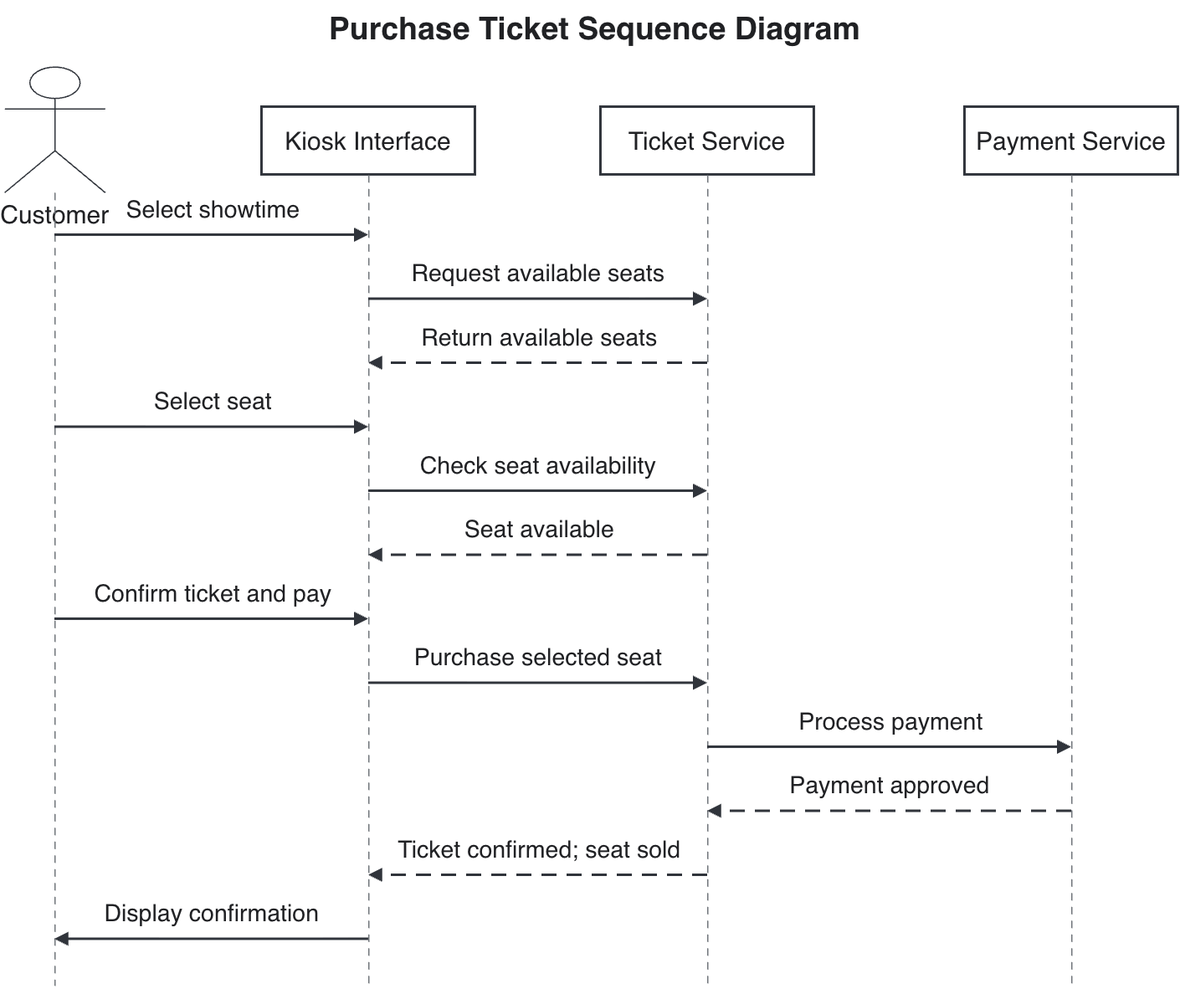
Above: diagrams/Purchase-Ticket-Sequence.png in aastha-khatri/HW1-Movie-Kiosk (draw.io), before the change. Source tidied: cells renumbered, new cells last; positions are measured from the earlier drawing's top-left corner, leaving out a move shared by most shapes.
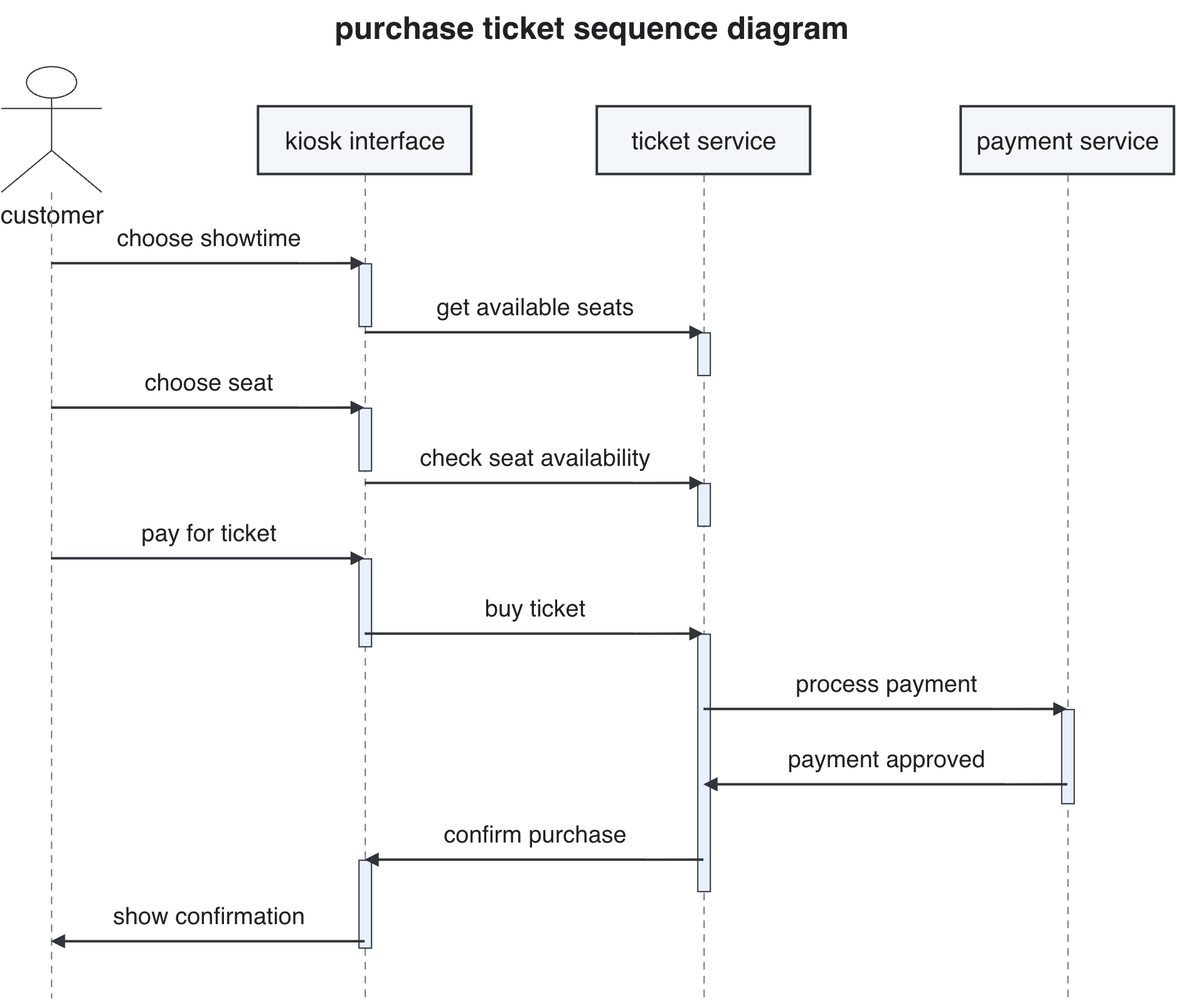
After the change.

Commit message:
Update purchase ticket sequence PNG

The edit, as a diff of the source:
```diff
@@ -2,116 +2,128 @@
   <root>
     <mxCell id="0" />
     <mxCell id="1" parent="0" />
-    <mxCell id="2" value="Purchase Ticket Sequence Diagram" style="text;html=1;align=center;verticalAlign=middle;fontSize=25;fontStyle=1;fontColor=#202124;" parent="1" vertex="1">
+    <mxCell id="2" value="purchase ticket sequence diagram" style="text;html=1;align=center;verticalAlign=middle;fontSize=25;fontStyle=1;fontColor=#202124;" parent="1" vertex="1">
       <mxGeometry x="120" width="700" height="45" as="geometry" />
     </mxCell>
-    <mxCell id="3" value="Customer" style="shape=umlActor;verticalLabelPosition=bottom;verticalAlign=top;html=1;strokeColor=#30343B;fontSize=20;fontColor=#202124;" parent="1" vertex="1">
+    <mxCell id="3" value="customer" style="shape=umlActor;verticalLabelPosition=bottom;verticalAlign=top;html=1;strokeColor=#30343B;fontSize=20;fontColor=#202124;" parent="1" vertex="1">
       <mxGeometry y="53" width="80" height="100" as="geometry" />
     </mxCell>
-    <mxCell id="4" value="Kiosk Interface" style="rounded=0;whiteSpace=wrap;html=1;align=center;verticalAlign=middle;strokeColor=#30343B;strokeWidth=2;fillColor=#FFFFFF;fontSize=20;fontColor=#202124;" parent="1" vertex="1">
+    <mxCell id="4" value="kiosk interface" style="rounded=0;whiteSpace=wrap;html=1;align=center;verticalAlign=middle;strokeColor=#30343B;strokeWidth=2;fillColor=#F3F7FB;fontSize=20;fontColor=#202124;" parent="1" vertex="1">
       <mxGeometry x="205" y="85" width="170" height="54" as="geometry" />
     </mxCell>
-    <mxCell id="5" value="Ticket Service" style="rounded=0;whiteSpace=wrap;html=1;align=center;verticalAlign=middle;strokeColor=#30343B;strokeWidth=2;fillColor=#FFFFFF;fontSize=20;fontColor=#202124;" parent="1" vertex="1">
+    <mxCell id="5" value="ticket service" style="rounded=0;whiteSpace=wrap;html=1;align=center;verticalAlign=middle;strokeColor=#30343B;strokeWidth=2;fillColor=#F3F7FB;fontSize=20;fontColor=#202124;" parent="1" vertex="1">
       <mxGeometry x="475" y="85" width="170" height="54" as="geometry" />
     </mxCell>
-    <mxCell id="6" value="Payment Service" style="rounded=0;whiteSpace=wrap;html=1;align=center;verticalAlign=middle;strokeColor=#30343B;strokeWidth=2;fillColor=#FFFFFF;fontSize=20;fontColor=#202124;" parent="1" vertex="1">
+    <mxCell id="6" value="payment service" style="rounded=0;whiteSpace=wrap;html=1;align=center;verticalAlign=middle;strokeColor=#30343B;strokeWidth=2;fillColor=#F3F7FB;fontSize=20;fontColor=#202124;" parent="1" vertex="1">
       <mxGeometry x="765" y="85" width="170" height="54" as="geometry" />
     </mxCell>
     <mxCell id="7" style="endArrow=none;startArrow=none;dashed=1;dashPattern=6 5;strokeColor=#70757A;strokeWidth=1;" parent="1" edge="1">
       <mxGeometry relative="1" as="geometry">
         <mxPoint x="40" y="153" as="sourcePoint" />
-        <mxPoint x="40" y="785" as="targetPoint" />
+        <mxPoint x="40" y="795" as="targetPoint" />
       </mxGeometry>
     </mxCell>
     <mxCell id="8" style="endArrow=none;startArrow=none;dashed=1;dashPattern=6 5;strokeColor=#70757A;strokeWidth=1;" parent="1" edge="1">
       <mxGeometry relative="1" as="geometry">
         <mxPoint x="290" y="139" as="sourcePoint" />
-        <mxPoint x="290" y="785" as="targetPoint" />
+        <mxPoint x="290" y="795" as="targetPoint" />
       </mxGeometry>
     </mxCell>
     <mxCell id="9" style="endArrow=none;startArrow=none;dashed=1;dashPattern=6 5;strokeColor=#70757A;strokeWidth=1;" parent="1" edge="1">
       <mxGeometry relative="1" as="geometry">
         <mxPoint x="560" y="139" as="sourcePoint" />
-        <mxPoint x="560" y="785" as="targetPoint" />
+        <mxPoint x="560" y="795" as="targetPoint" />
       </mxGeometry>
     </mxCell>
     <mxCell id="10" style="endArrow=none;startArrow=none;dashed=1;dashPattern=6 5;strokeColor=#70757A;strokeWidth=1;" parent="1" edge="1">
       <mxGeometry relative="1" as="geometry">
         <mxPoint x="850" y="139" as="sourcePoint" />
-        <mxPoint x="850" y="785" as="targetPoint" />
+        <mxPoint x="850" y="795" as="targetPoint" />
       </mxGeometry>
     </mxCell>
+    <mxCell id="23" style="rounded=0;whiteSpace=wrap;html=1;strokeColor=#30343B;strokeWidth=1;fillColor=#E7F0FF;" parent="1" vertex="1">
+      <mxGeometry x="285" y="210" width="10" height="50" as="geometry" />
+    </mxCell>
+    <mxCell id="24" style="rounded=0;whiteSpace=wrap;html=1;strokeColor=#30343B;strokeWidth=1;fillColor=#E7F0FF;" parent="1" vertex="1">
+      <mxGeometry x="555" y="265" width="10" height="34" as="geometry" />
+    </mxCell>
+    <mxCell id="25" style="rounded=0;whiteSpace=wrap;html=1;strokeColor=#30343B;strokeWidth=1;fillColor=#E7F0FF;" parent="1" vertex="1">
+      <mxGeometry x="285" y="325" width="10" height="50" as="geometry" />
+    </mxCell>
+    <mxCell id="26" style="rounded=0;whiteSpace=wrap;html=1;strokeColor=#30343B;strokeWidth=1;fillColor=#E7F0FF;" parent="1" vertex="1">
+      <mxGeometry x="555" y="385" width="10" height="34" as="geometry" />
+    </mxCell>
+    <mxCell id="27" style="rounded=0;whiteSpace=wrap;html=1;strokeColor=#30343B;strokeWidth=1;fillColor=#E7F0FF;" parent="1" vertex="1">
+      <mxGeometry x="285" y="445" width="10" height="70" as="geometry" />
+    </mxCell>
+    <mxCell id="28" style="rounded=0;whiteSpace=wrap;html=1;strokeColor=#30343B;strokeWidth=1;fillColor=#E7F0FF;" parent="1" vertex="1">
+      <mxGeometry x="555" y="505" width="10" height="205" as="geometry" />
+    </mxCell>
+    <mxCell id="29" style="rounded=0;whiteSpace=wrap;html=1;strokeColor=#30343B;strokeWidth=1;fillColor=#E7F0FF;" parent="1" vertex="1">
+      <mxGeometry x="845" y="565" width="10" height="75" as="geometry" />
+    </mxCell>
+    <mxCell id="30" style="rounded=0;whiteSpace=wrap;html=1;strokeColor=#30343B;strokeWidth=1;fillColor=#E7F0FF;" parent="1" vertex="1">
+      <mxGeometry x="285" y="685" width="10" height="70" as="geometry" />
+    </mxCell>
-    <mxCell id="11" value="Select showtime" style="endArrow=block;endFill=1;startArrow=none;html=1;rounded=0;strokeColor=#30343B;strokeWidth=2;fontSize=19;fontColor=#202124;labelBackgroundColor=#FFFFFF;verticalAlign=bottom;spacingBottom=7;" parent="1" edge="1">
+    <mxCell id="11" value="choose showtime" style="endArrow=block;endFill=1;startArrow=none;html=1;rounded=0;strokeColor=#30343B;strokeWidth=2;fontSize=19;fontColor=#202124;labelBackgroundColor=#FFFFFF;verticalAlign=bottom;spacingBottom=7;" parent="1" edge="1">
       <mxGeometry relative="1" as="geometry">
-        <mxPoint x="40" y="187" as="sourcePoint" />
-        <mxPoint x="290" y="187" as="targetPoint" />
+        <mxPoint x="40" y="210" as="sourcePoint" />
+        <mxPoint x="290" y="210" as="targetPoint" />
       </mxGeometry>
     </mxCell>
-    <mxCell id="12" value="Request available seats" style="endArrow=block;endFill=1;startArrow=none;html=1;rounded=0;strokeColor=#30343B;strokeWidth=2;fontSize=19;fontColor=#202124;labelBackgroundColor=#FFFFFF;verticalAlign=bottom;spacingBottom=7;" parent="1" edge="1">
+    <mxCell id="12" value="get available seats" style="endArrow=block;endFill=1;startArrow=none;html=1;rounded=0;strokeColor=#30343B;strokeWidth=2;fontSize=19;fontColor=#202124;labelBackgroundColor=#FFFFFF;verticalAlign=bottom;spacingBottom=7;" parent="1" edge="1">
       <mxGeometry relative="1" as="geometry">
-        <mxPoint x="290" y="238" as="sourcePoint" />
-        <mxPoint x="560" y="238" as="targetPoint" />
+        <mxPoint x="290" y="265" as="sourcePoint" />
+        <mxPoint x="560" y="265" as="targetPoint" />
       </mxGeometry>
     </mxCell>
-    <mxCell id="13" value="Return available seats" style="endArrow=block;endFill=1;startArrow=none;html=1;rounded=0;strokeColor=#30343B;strokeWidth=2;fontSize=19;fontColor=#202124;labelBackgroundColor=#FFFFFF;verticalAlign=bottom;spacingBottom=7;dashed=1;dashPattern=6 4;" parent="1" edge="1">
+    <mxCell id="13" value="choose seat" style="endArrow=block;endFill=1;startArrow=none;html=1;rounded=0;strokeColor=#30343B;strokeWidth=2;fontSize=19;fontColor=#202124;labelBackgroundColor=#FFFFFF;verticalAlign=bottom;spacingBottom=7;" parent="1" edge="1">
       <mxGeometry relative="1" as="geometry">
-        <mxPoint x="560" y="289" as="sourcePoint" />
-        <mxPoint x="290" y="289" as="targetPoint" />
+        <mxPoint x="40" y="325" as="sourcePoint" />
+        <mxPoint x="290" y="325" as="targetPoint" />
       </mxGeometry>
     </mxCell>
-    <mxCell id="14" value="Select seat" style="endArrow=block;endFill=1;startArrow=none;html=1;rounded=0;strokeColor=#30343B;strokeWidth=2;fontSize=19;fontColor=#202124;labelBackgroundColor=#FFFFFF;verticalAlign=bottom;spacingBottom=7;" parent="1" edge="1">
+    <mxCell id="14" value="check seat availability" style="endArrow=block;endFill=1;startArrow=none;html=1;rounded=0;strokeColor=#30343B;strokeWidth=2;fontSize=19;fontColor=#202124;labelBackgroundColor=#FFFFFF;verticalAlign=bottom;spacingBottom=7;" parent="1" edge="1">
       <mxGeometry relative="1" as="geometry">
-        <mxPoint x="40" y="340" as="sourcePoint" />
-        <mxPoint x="290" y="340" as="targetPoint" />
+        <mxPoint x="290" y="385" as="sourcePoint" />
+        <mxPoint x="560" y="385" as="targetPoint" />
       </mxGeometry>
     </mxCell>
-    <mxCell id="15" value="Check seat availability" style="endArrow=block;endFill=1;startArrow=none;html=1;rounded=0;strokeColor=#30343B;strokeWidth=2;fontSize=19;fontColor=#202124;labelBackgroundColor=#FFFFFF;verticalAlign=bottom;spacingBottom=7;" parent="1" edge="1">
+    <mxCell id="15" value="pay for ticket" style="endArrow=block;endFill=1;startArrow=none;html=1;rounded=0;strokeColor=#30343B;strokeWidth=2;fontSize=19;fontColor=#202124;labelBackgroundColor=#FFFFFF;verticalAlign=bottom;spacingBottom=7;" parent="1" edge="1">
       <mxGeometry relative="1" as="geometry">
-        <mxPoint x="290" y="391" as="sourcePoint" />
-        <mxPoint x="560" y="391" as="targetPoint" />
+        <mxPoint x="40" y="445" as="sourcePoint" />
+        <mxPoint x="290" y="445" as="targetPoint" />
       </mxGeometry>
     </mxCell>
-    <mxCell id="16" value="Seat available" style="endArrow=block;endFill=1;startArrow=none;html=1;rounded=0;strokeColor=#30343B;strokeWidth=2;fontSize=19;fontColor=#202124;labelBackgroundColor=#FFFFFF;verticalAlign=bottom;spacingBottom=7;dashed=1;dashPattern=6 4;" parent="1" edge="1">
+    <mxCell id="16" value="buy ticket" style="endArrow=block;endFill=1;startArrow=none;html=1;rounded=0;strokeColor=#30343B;strokeWidth=2;fontSize=19;fontColor=#202124;labelBackgroundColor=#FFFFFF;verticalAlign=bottom;spacingBottom=7;" parent="1" edge="1">
       <mxGeometry relative="1" as="geometry">
-        <mxPoint x="560" y="442" as="sourcePoint" />
-        <mxPoint x="290" y="442" as="targetPoint" />
+        <mxPoint x="290" y="505" as="sourcePoint" />
+        <mxPoint x="560" y="505" as="targetPoint" />
       </mxGeometry>
     </mxCell>
-    <mxCell id="17" value="Confirm ticket and pay" style="endArrow=block;endFill=1;startArrow=none;html=1;rounded=0;strokeColor=#30343B;strokeWidth=2;fontSize=19;fontColor=#202124;labelBackgroundColor=#FFFFFF;verticalAlign=bottom;spacingBottom=7;" parent="1" edge="1">
+    <mxCell id="17" value="process payment" style="endArrow=block;endFill=1;startArrow=none;html=1;rounded=0;strokeColor=#30343B;strokeWidth=2;fontSize=19;fontColor=#202124;labelBackgroundColor=#FFFFFF;verticalAlign=bottom;spacingBottom=7;" parent="1" edge="1">
       <mxGeometry relative="1" as="geometry">
-        <mxPoint x="40" y="493" as="sourcePoint" />
-        <mxPoint x="290" y="493" as="targetPoint" />
+        <mxPoint x="560" y="565" as="sourcePoint" />
+        <mxPoint x="850" y="565" as="targetPoint" />
       </mxGeometry>
     </mxCell>
-    <mxCell id="18" value="Purchase selected seat" style="endArrow=block;endFill=1;startArrow=none;html=1;rounded=0;strokeColor=#30343B;strokeWidth=2;fontSize=19;fontColor=#202124;labelBackgroundColor=#FFFFFF;verticalAlign=bottom;spacingBottom=7;" parent="1" edge="1">
+    <mxCell id="18" value="payment approved" style="endArrow=block;endFill=1;startArrow=none;html=1;rounded=0;strokeColor=#30343B;strokeWidth=2;fontSize=19;fontColor=#202124;labelBackgroundColor=#FFFFFF;verticalAlign=bottom;spacingBottom=7;" parent="1" edge="1">
       <mxGeometry relative="1" as="geometry">
-        <mxPoint x="290" y="544" as="sourcePoint" />
-        <mxPoint x="560" y="544" as="targetPoint" />
+        <mxPoint x="850" y="625" as="sourcePoint" />
+        <mxPoint x="560" y="625" as="targetPoint" />
       </mxGeometry>
     </mxCell>
-    <mxCell id="19" value="Process payment" style="endArrow=block;endFill=1;startArrow=none;html=1;rounded=0;strokeColor=#30343B;strokeWidth=2;fontSize=19;fontColor=#202124;labelBackgroundColor=#FFFFFF;verticalAlign=bottom;spacingBottom=7;" parent="1" edge="1">
+    <mxCell id="19" value="confirm purchase" style="endArrow=block;endFill=1;startArrow=none;html=1;rounded=0;strokeColor=#30343B;strokeWidth=2;fontSize=19;fontColor=#202124;labelBackgroundColor=#FFFFFF;verticalAlign=bottom;spacingBottom=7;" parent="1" edge="1">
       <mxGeometry relative="1" as="geometry">
-        <mxPoint x="560" y="595" as="sourcePoint" />
-        <mxPoint x="850" y="595" as="targetPoint" />
+        <mxPoint x="560" y="685" as="sourcePoint" />
+        <mxPoint x="290" y="685" as="targetPoint" />
       </mxGeometry>
     </mxCell>
-    <mxCell id="20" value="Payment approved" style="endArrow=block;endFill=1;startArrow=none;html=1;rounded=0;strokeColor=#30343B;strokeWidth=2;fontSize=19;fontColor=#202124;labelBackgroundColor=#FFFFFF;verticalAlign=bottom;spacingBottom=7;dashed=1;dashPattern=6 4;" parent="1" edge="1">
+    <mxCell id="20" value="show confirmation" style="endArrow=block;endFill=1;startArrow=none;html=1;rounded=0;strokeColor=#30343B;strokeWidth=2;fontSize=19;fontColor=#202124;labelBackgroundColor=#FFFFFF;verticalAlign=bottom;spacingBottom=7;" parent="1" edge="1">
       <mxGeometry relative="1" as="geometry">
-        <mxPoint x="850" y="646" as="sourcePoint" />
-        <mxPoint x="560" y="646" as="targetPoint" />
+        <mxPoint x="290" y="750" as="sourcePoint" />
+        <mxPoint x="40" y="750" as="targetPoint" />
       </mxGeometry>
     </mxCell>
-    <mxCell id="21" value="Ticket confirmed; seat sold" style="endArrow=block;endFill=1;startArrow=none;html=1;rounded=0;strokeColor=#30343B;strokeWidth=2;fontSize=19;fontColor=#202124;labelBackgroundColor=#FFFFFF;verticalAlign=bottom;spacingBottom=7;dashed=1;dashPattern=6 4;" parent="1" edge="1">
-      <mxGeometry relative="1" as="geometry">
-        <mxPoint x="560" y="697" as="sourcePoint" />
-        <mxPoint x="290" y="697" as="targetPoint" />
-      </mxGeometry>
-    </mxCell>
-    <mxCell id="22" value="Display confirmation" style="endArrow=block;endFill=1;startArrow=none;html=1;rounded=0;strokeColor=#30343B;strokeWidth=2;fontSize=19;fontColor=#202124;labelBackgroundColor=#FFFFFF;verticalAlign=bottom;spacingBottom=7;" parent="1" edge="1">
-      <mxGeometry relative="1" as="geometry">
-        <mxPoint x="290" y="748" as="sourcePoint" />
-        <mxPoint x="40" y="748" as="targetPoint" />
-      </mxGeometry>
-    </mxCell>
   </root>
 </mxGraphModel>
```
